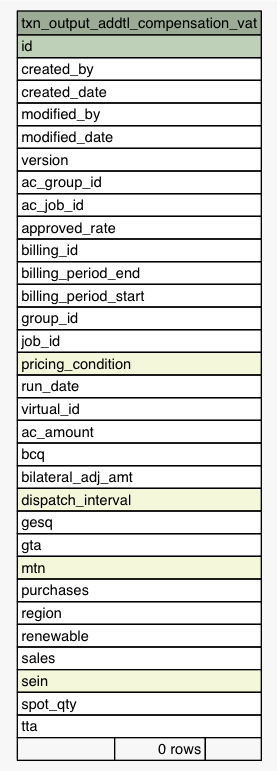
Before: Data/settlement/diagrams/summary/txn_output_addtl_compensation_vat.1degree.png, a diagram exported from Graphviz (eyana-m/python-data-dictionary-writer). Its source is kept beside it as Data/settlement/diagrams/summary/txn_output_addtl_compensation_vat.1degree.dot.
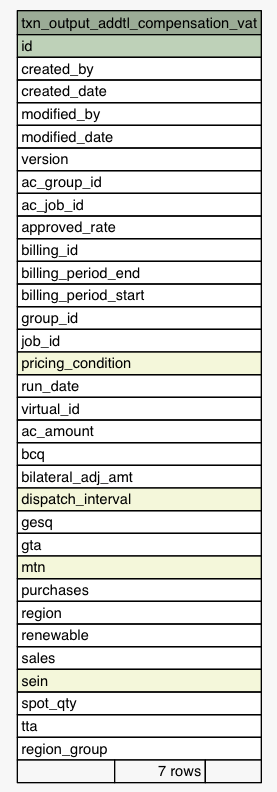
The same file after the commit.

Diff of the diagram source:
```diff
@@ -50,7 +50,8 @@
       <TR><TD PORT="sein" COLSPAN="3" BGCOLOR="#f4f7da" ALIGN="LEFT">sein</TD></TR>
       <TR><TD PORT="spot_qty" COLSPAN="3" ALIGN="LEFT">spot_qty</TD></TR>
       <TR><TD PORT="tta" COLSPAN="3" ALIGN="LEFT">tta</TD></TR>
-      <TR><TD ALIGN="LEFT" BGCOLOR="#f7f7f7">  </TD><TD ALIGN="RIGHT" BGCOLOR="#f7f7f7">0 rows</TD><TD ALIGN="RIGHT" BGCOLOR="#f7f7f7">  </TD></TR>
+      <TR><TD PORT="region_group" COLSPAN="3" ALIGN="LEFT">region_group</TD></TR>
+      <TR><TD ALIGN="LEFT" BGCOLOR="#f7f7f7">  </TD><TD ALIGN="RIGHT" BGCOLOR="#f7f7f7">7 rows</TD><TD ALIGN="RIGHT" BGCOLOR="#f7f7f7">  </TD></TR>
     </TABLE>>
     URL="tables/txn_output_addtl_compensation_vat.html"
     tooltip="txn_output_addtl_compensation_vat"
```
